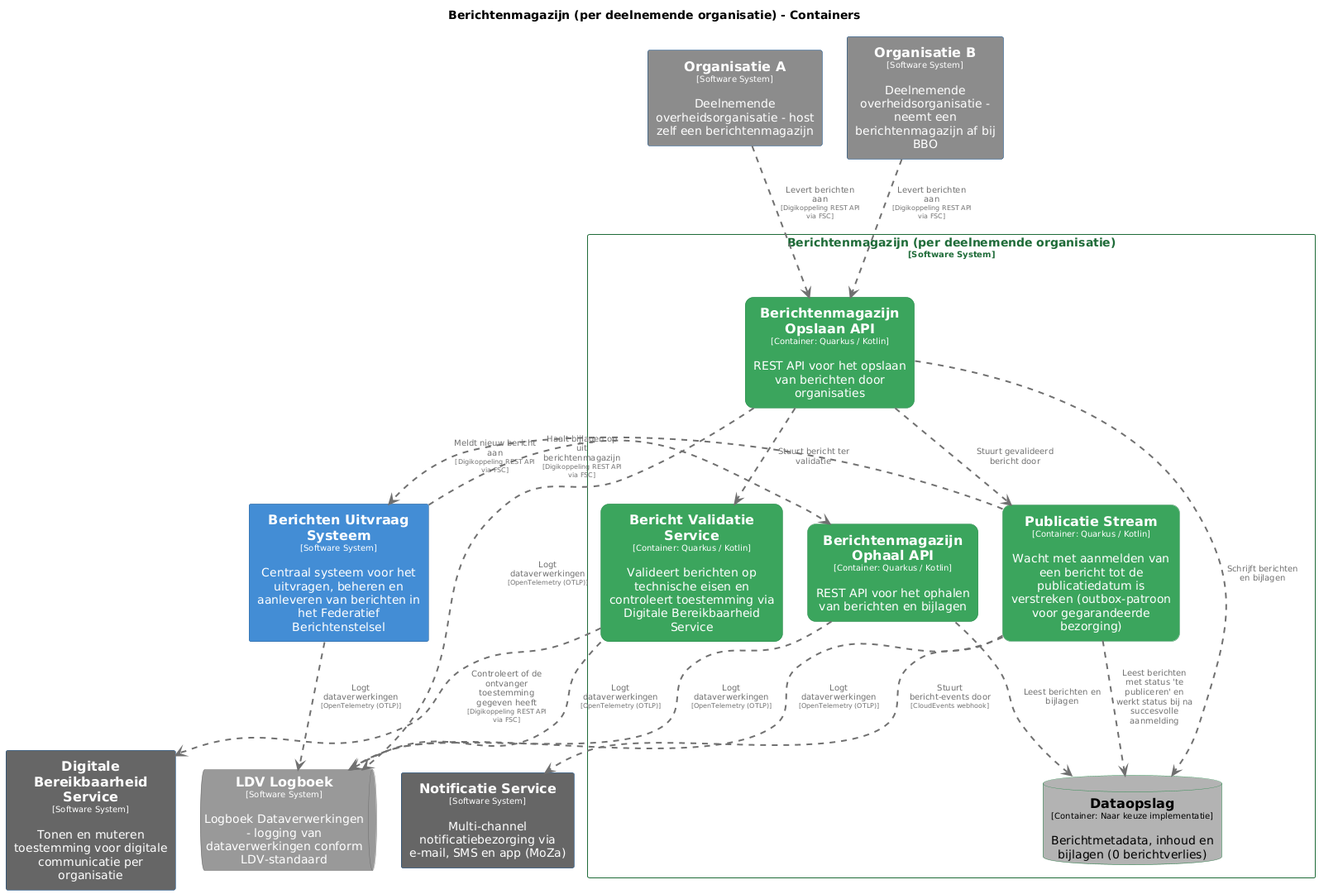
This is master/png/BerichtenmagazijnContainers.png from MinBZK/moza-poc-fbs-berichtenbox, a PlantUML export, as it was before one commit.
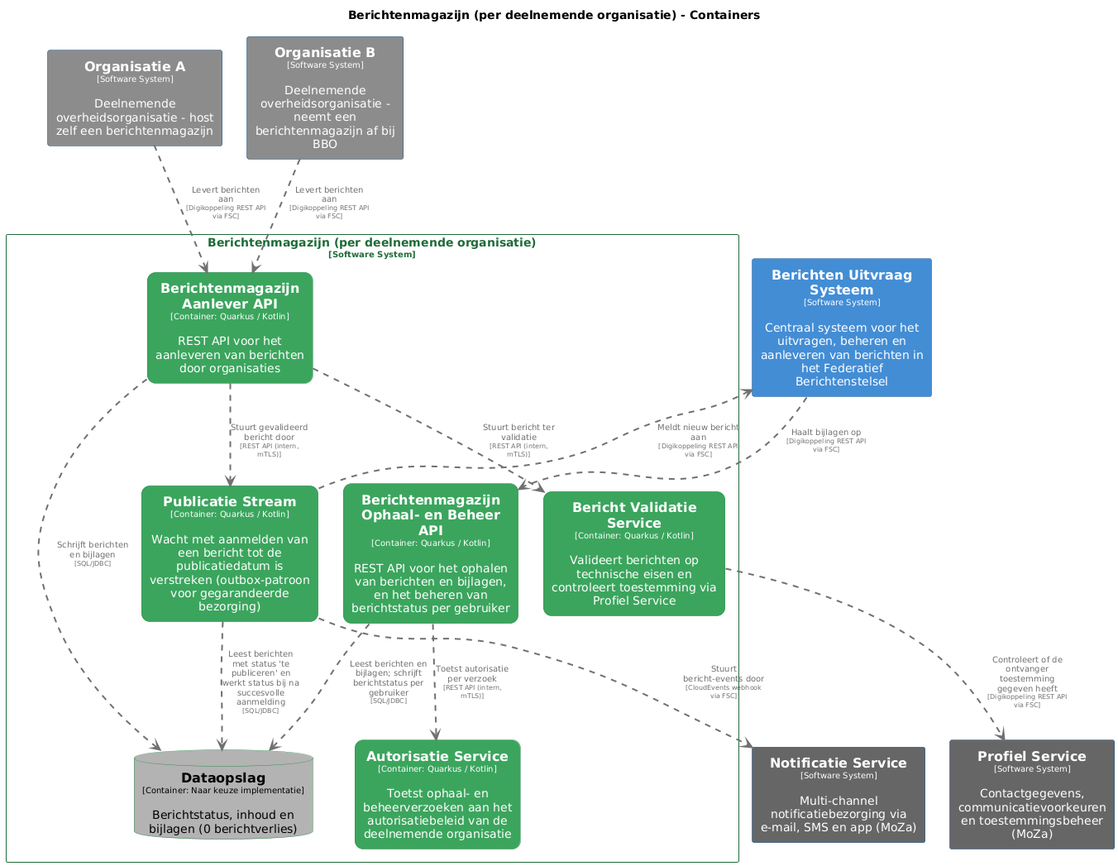
Later version of the same file.

Diff of the diagram source:
```diff
@@ -15,6 +15,13 @@
 
 hide stereotype
 
+skinparam rectangle<<Berichtenmagazijnperdeelnemendeorganisatie.AutorisatieService>> {
+  BackgroundColor #3ba55d
+  FontColor #ffffff
+  BorderColor #2d8a4e
+  roundCorner 20
+  shadowing false
+}
 skinparam rectangle<<Berichtenmagazijnperdeelnemendeorganisatie.BerichtValidatieService>> {
   BackgroundColor #3ba55d
   FontColor #ffffff
@@ -28,14 +35,14 @@
   BorderColor #2e6295
   shadowing false
 }
-skinparam rectangle<<Berichtenmagazijnperdeelnemendeorganisatie.BerichtenmagazijnOphaalAPI>> {
+skinparam rectangle<<Berichtenmagazijnperdeelnemendeorganisatie.BerichtenmagazijnAanleverAPI>> {
   BackgroundColor #3ba55d
   FontColor #ffffff
   BorderColor #2d8a4e
   roundCorner 20
   shadowing false
 }
-skinparam rectangle<<Berichtenmagazijnperdeelnemendeorganisatie.BerichtenmagazijnOpslaanAPI>> {
+skinparam rectangle<<Berichtenmagazijnperdeelnemendeorganisatie.BerichtenmagazijnOphaalenBeheerAPI>> {
   BackgroundColor #3ba55d
   FontColor #ffffff
   BorderColor #2d8a4e
@@ -46,18 +53,6 @@
   BackgroundColor #b3b3b3
   FontColor #000000
   BorderColor #2d8a4e
-  shadowing false
-}
-skinparam rectangle<<DigitaleBereikbaarheidService>> {
-  BackgroundColor #666666
-  FontColor #ffffff
-  BorderColor #0b4884
-  shadowing false
-}
-skinparam queue<<LDVLogboek>> {
-  BackgroundColor #999999
-  FontColor #ffffff
-  BorderColor #6b6b6b
   shadowing false
 }
 skinparam rectangle<<NotificatieService>> {
@@ -78,6 +73,12 @@
   BorderColor #0b4884
   shadowing false
 }
+skinparam rectangle<<ProfielService>> {
+  BackgroundColor #666666
+  FontColor #ffffff
+  BorderColor #0b4884
+  shadowing false
+}
 skinparam rectangle<<Berichtenmagazijnperdeelnemendeorganisatie.PublicatieStream>> {
   BackgroundColor #3ba55d
   FontColor #ffffff
@@ -91,35 +92,31 @@
   shadowing false
 }
 
+rectangle "==Profiel Service\n<size:10>[Software System]</size>\n\nContactgegevens, communicatievoorkeuren en toestemmingsbeheer (MoZa)" <<ProfielService>> as ProfielService
 rectangle "==Notificatie Service\n<size:10>[Software System]</size>\n\nMulti-channel notificatiebezorging via e-mail, SMS en app (MoZa)" <<NotificatieService>> as NotificatieService
-rectangle "==Digitale Bereikbaarheid Service\n<size:10>[Software System]</size>\n\nTonen en muteren toestemming voor digitale communicatie per organisatie" <<DigitaleBereikbaarheidService>> as DigitaleBereikbaarheidService
 rectangle "==Organisatie A\n<size:10>[Software System]</size>\n\nDeelnemende overheidsorganisatie - host zelf een berichtenmagazijn" <<OrganisatieA>> as OrganisatieA
 rectangle "==Organisatie B\n<size:10>[Software System]</size>\n\nDeelnemende overheidsorganisatie - neemt een berichtenmagazijn af bij BBO" <<OrganisatieB>> as OrganisatieB
 rectangle "==Berichten Uitvraag Systeem\n<size:10>[Software System]</size>\n\nCentraal systeem voor het uitvragen, beheren en aanleveren van berichten in het Federatief Berichtenstelsel" <<BerichtenUitvraagSysteem>> as BerichtenUitvraagSysteem
-queue "==LDV Logboek\n<size:10>[Software System]</size>\n\nLogboek Dataverwerkingen - logging van dataverwerkingen conform LDV-standaard" <<LDVLogboek>> as LDVLogboek
 
 rectangle "Berichtenmagazijn (per deelnemende organisatie)\n<size:10>[Software System]</size>" <<Berichtenmagazijnperdeelnemendeorganisatie>> {
-  rectangle "==Berichtenmagazijn Ophaal API\n<size:10>[Container: Quarkus / Kotlin]</size>\n\nREST API voor het ophalen van berichten en bijlagen" <<Berichtenmagazijnperdeelnemendeorganisatie.BerichtenmagazijnOphaalAPI>> as Berichtenmagazijnperdeelnemendeorganisatie.BerichtenmagazijnOphaalAPI
-  rectangle "==Berichtenmagazijn Opslaan API\n<size:10>[Container: Quarkus / Kotlin]</size>\n\nREST API voor het opslaan van berichten door organisaties" <<Berichtenmagazijnperdeelnemendeorganisatie.BerichtenmagazijnOpslaanAPI>> as Berichtenmagazijnperdeelnemendeorganisatie.BerichtenmagazijnOpslaanAPI
-  database "==Dataopslag\n<size:10>[Container: Naar keuze implementatie]</size>\n\nBerichtmetadata, inhoud en bijlagen (0 berichtverlies)" <<Berichtenmagazijnperdeelnemendeorganisatie.Dataopslag>> as Berichtenmagazijnperdeelnemendeorganisatie.Dataopslag
-  rectangle "==Bericht Validatie Service\n<size:10>[Container: Quarkus / Kotlin]</size>\n\nValideert berichten op technische eisen en controleert toestemming via Digitale Bereikbaarheid Service" <<Berichtenmagazijnperdeelnemendeorganisatie.BerichtValidatieService>> as Berichtenmagazijnperdeelnemendeorganisatie.BerichtValidatieService
+  rectangle "==Berichtenmagazijn Ophaal- en Beheer API\n<size:10>[Container: Quarkus / Kotlin]</size>\n\nREST API voor het ophalen van berichten en bijlagen, en het beheren van berichtstatus per gebruiker" <<Berichtenmagazijnperdeelnemendeorganisatie.BerichtenmagazijnOphaalenBeheerAPI>> as Berichtenmagazijnperdeelnemendeorganisatie.BerichtenmagazijnOphaalenBeheerAPI
+  rectangle "==Berichtenmagazijn Aanlever API\n<size:10>[Container: Quarkus / Kotlin]</size>\n\nREST API voor het aanleveren van berichten door organisaties" <<Berichtenmagazijnperdeelnemendeorganisatie.BerichtenmagazijnAanleverAPI>> as Berichtenmagazijnperdeelnemendeorganisatie.BerichtenmagazijnAanleverAPI
+  database "==Dataopslag\n<size:10>[Container: Naar keuze implementatie]</size>\n\nBerichtstatus, inhoud en bijlagen (0 berichtverlies)" <<Berichtenmagazijnperdeelnemendeorganisatie.Dataopslag>> as Berichtenmagazijnperdeelnemendeorganisatie.Dataopslag
+  rectangle "==Bericht Validatie Service\n<size:10>[Container: Quarkus / Kotlin]</size>\n\nValideert berichten op technische eisen en controleert toestemming via Profiel Service" <<Berichtenmagazijnperdeelnemendeorganisatie.BerichtValidatieService>> as Berichtenmagazijnperdeelnemendeorganisatie.BerichtValidatieService
   rectangle "==Publicatie Stream\n<size:10>[Container: Quarkus / Kotlin]</size>\n\nWacht met aanmelden van een bericht tot de publicatiedatum is verstreken (outbox-patroon voor gegarandeerde bezorging)" <<Berichtenmagazijnperdeelnemendeorganisatie.PublicatieStream>> as Berichtenmagazijnperdeelnemendeorganisatie.PublicatieStream
+  rectangle "==Autorisatie Service\n<size:10>[Container: Quarkus / Kotlin]</size>\n\nToetst ophaal- en beheerverzoeken aan het autorisatiebeleid van de deelnemende organisatie" <<Berichtenmagazijnperdeelnemendeorganisatie.AutorisatieService>> as Berichtenmagazijnperdeelnemendeorganisatie.AutorisatieService
 }
 
-Berichtenmagazijnperdeelnemendeorganisatie.BerichtValidatieService .[#707070,thickness=2].> LDVLogboek : "<color:#707070>Logt dataverwerkingen\n<color:#707070><size:8>[OpenTelemetry (OTLP)]</size>"
-BerichtenUitvraagSysteem .[#707070,thickness=2].> LDVLogboek : "<color:#707070>Logt dataverwerkingen\n<color:#707070><size:8>[OpenTelemetry (OTLP)]</size>"
-Berichtenmagazijnperdeelnemendeorganisatie.PublicatieStream .[#707070,thickness=2].> LDVLogboek : "<color:#707070>Logt dataverwerkingen\n<color:#707070><size:8>[OpenTelemetry (OTLP)]</size>"
-Berichtenmagazijnperdeelnemendeorganisatie.BerichtenmagazijnOphaalAPI .[#707070,thickness=2].> Berichtenmagazijnperdeelnemendeorganisatie.Dataopslag : "<color:#707070>Leest berichten en bijlagen"
-Berichtenmagazijnperdeelnemendeorganisatie.BerichtenmagazijnOpslaanAPI .[#707070,thickness=2].> Berichtenmagazijnperdeelnemendeorganisatie.Dataopslag : "<color:#707070>Schrijft berichten en bijlagen"
-Berichtenmagazijnperdeelnemendeorganisatie.BerichtenmagazijnOpslaanAPI .[#707070,thickness=2].> Berichtenmagazijnperdeelnemendeorganisatie.BerichtValidatieService : "<color:#707070>Stuurt bericht ter validatie"
-Berichtenmagazijnperdeelnemendeorganisatie.BerichtenmagazijnOpslaanAPI .[#707070,thickness=2].> Berichtenmagazijnperdeelnemendeorganisatie.PublicatieStream : "<color:#707070>Stuurt gevalideerd bericht door"
-Berichtenmagazijnperdeelnemendeorganisatie.PublicatieStream .[#707070,thickness=2].> Berichtenmagazijnperdeelnemendeorganisatie.Dataopslag : "<color:#707070>Leest berichten met status 'te publiceren' en werkt status bij na succesvolle aanmelding"
-BerichtenUitvraagSysteem .[#707070,thickness=2].> Berichtenmagazijnperdeelnemendeorganisatie.BerichtenmagazijnOphaalAPI : "<color:#707070>Haalt bijlagen op uit berichtenmagazijn\n<color:#707070><size:8>[Digikoppeling REST API via FSC]</size>"
 Berichtenmagazijnperdeelnemendeorganisatie.PublicatieStream .[#707070,thickness=2].> BerichtenUitvraagSysteem : "<color:#707070>Meldt nieuw bericht aan\n<color:#707070><size:8>[Digikoppeling REST API via FSC]</size>"
-Berichtenmagazijnperdeelnemendeorganisatie.PublicatieStream .[#707070,thickness=2].> NotificatieService : "<color:#707070>Stuurt bericht-events door\n<color:#707070><size:8>[CloudEvents webhook]</size>"
-OrganisatieA .[#707070,thickness=2].> Berichtenmagazijnperdeelnemendeorganisatie.BerichtenmagazijnOpslaanAPI : "<color:#707070>Levert berichten aan\n<color:#707070><size:8>[Digikoppeling REST API via FSC]</size>"
-OrganisatieB .[#707070,thickness=2].> Berichtenmagazijnperdeelnemendeorganisatie.BerichtenmagazijnOpslaanAPI : "<color:#707070>Levert berichten aan\n<color:#707070><size:8>[Digikoppeling REST API via FSC]</size>"
-Berichtenmagazijnperdeelnemendeorganisatie.BerichtValidatieService .[#707070,thickness=2].> DigitaleBereikbaarheidService : "<color:#707070>Controleert of de ontvanger toestemming gegeven heeft\n<color:#707070><size:8>[Digikoppeling REST API via FSC]</size>"
-Berichtenmagazijnperdeelnemendeorganisatie.BerichtenmagazijnOphaalAPI .[#707070,thickness=2].> LDVLogboek : "<color:#707070>Logt dataverwerkingen\n<color:#707070><size:8>[OpenTelemetry (OTLP)]</size>"
-Berichtenmagazijnperdeelnemendeorganisatie.BerichtenmagazijnOpslaanAPI .[#707070,thickness=2].> LDVLogboek : "<color:#707070>Logt dataverwerkingen\n<color:#707070><size:8>[OpenTelemetry (OTLP)]</size>"
+Berichtenmagazijnperdeelnemendeorganisatie.PublicatieStream .[#707070,thickness=2].> NotificatieService : "<color:#707070>Stuurt bericht-events door\n<color:#707070><size:8>[CloudEvents webhook via FSC]</size>"
+OrganisatieA .[#707070,thickness=2].> Berichtenmagazijnperdeelnemendeorganisatie.BerichtenmagazijnAanleverAPI : "<color:#707070>Levert berichten aan\n<color:#707070><size:8>[Digikoppeling REST API via FSC]</size>"
+OrganisatieB .[#707070,thickness=2].> Berichtenmagazijnperdeelnemendeorganisatie.BerichtenmagazijnAanleverAPI : "<color:#707070>Levert berichten aan\n<color:#707070><size:8>[Digikoppeling REST API via FSC]</size>"
+Berichtenmagazijnperdeelnemendeorganisatie.BerichtValidatieService .[#707070,thickness=2].> ProfielService : "<color:#707070>Controleert of de ontvanger toestemming gegeven heeft\n<color:#707070><size:8>[Digikoppeling REST API via FSC]</size>"
+Berichtenmagazijnperdeelnemendeorganisatie.BerichtenmagazijnOphaalenBeheerAPI .[#707070,thickness=2].> Berichtenmagazijnperdeelnemendeorganisatie.Dataopslag : "<color:#707070>Leest berichten en bijlagen; schrijft berichtstatus per gebruiker\n<color:#707070><size:8>[SQL/JDBC]</size>"
+Berichtenmagazijnperdeelnemendeorganisatie.BerichtenmagazijnAanleverAPI .[#707070,thickness=2].> Berichtenmagazijnperdeelnemendeorganisatie.Dataopslag : "<color:#707070>Schrijft berichten en bijlagen\n<color:#707070><size:8>[SQL/JDBC]</size>"
+Berichtenmagazijnperdeelnemendeorganisatie.BerichtenmagazijnAanleverAPI .[#707070,thickness=2].> Berichtenmagazijnperdeelnemendeorganisatie.BerichtValidatieService : "<color:#707070>Stuurt bericht ter validatie\n<color:#707070><size:8>[REST API (intern, mTLS)]</size>"
+Berichtenmagazijnperdeelnemendeorganisatie.BerichtenmagazijnAanleverAPI .[#707070,thickness=2].> Berichtenmagazijnperdeelnemendeorganisatie.PublicatieStream : "<color:#707070>Stuurt gevalideerd bericht door\n<color:#707070><size:8>[REST API (intern, mTLS)]</size>"
+Berichtenmagazijnperdeelnemendeorganisatie.PublicatieStream .[#707070,thickness=2].> Berichtenmagazijnperdeelnemendeorganisatie.Dataopslag : "<color:#707070>Leest berichten met status 'te publiceren' en werkt status bij na succesvolle aanmelding\n<color:#707070><size:8>[SQL/JDBC]</size>"
+Berichtenmagazijnperdeelnemendeorganisatie.BerichtenmagazijnOphaalenBeheerAPI .[#707070,thickness=2].> Berichtenmagazijnperdeelnemendeorganisatie.AutorisatieService : "<color:#707070>Toetst autorisatie per verzoek\n<color:#707070><size:8>[REST API (intern, mTLS)]</size>"
+BerichtenUitvraagSysteem .[#707070,thickness=2].> Berichtenmagazijnperdeelnemendeorganisatie.BerichtenmagazijnOphaalenBeheerAPI : "<color:#707070>Haalt bijlagen op\n<color:#707070><size:8>[Digikoppeling REST API via FSC]</size>"
 @enduml
```
